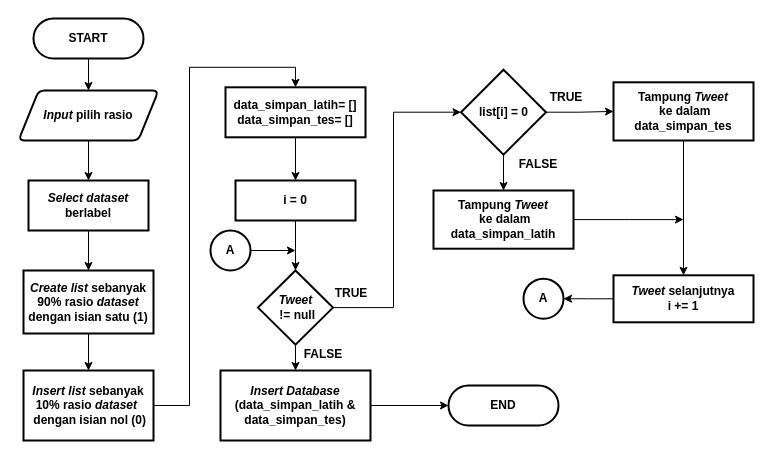
The draw.io diagram Dokumen TA/Paper/Flowchart/Flowchart proses  pembagian data.drawio in muspriandi/TextMining-SentimentAnalysis, before the edit. Source tidied: cells renumbered, new cells numbered last; positions are measured from the earlier drawing's top-left corner, leaving out a move shared by most shapes. Both pictures are drawn from the tidied source at 100%, with x=0, y=0 at pixel (18, 18).
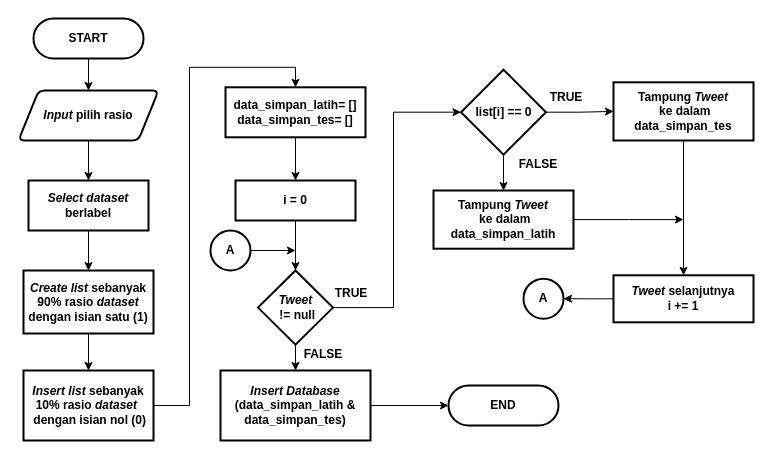
After the change.

Change to the diagram source:
```diff
@@
-    <mxCell id="20" value="&lt;b&gt;list[i] = 0&lt;/b&gt;" style="rhombus;whiteSpace=wrap;html=1;strokeWidth=2;" parent="1" vertex="1">
+    <mxCell id="20" value="&lt;b&gt;list[i] == 0&lt;/b&gt;" style="rhombus;whiteSpace=wrap;html=1;strokeWidth=2;" parent="1" vertex="1">
       <mxGeometry x="442.5" y="51.2" width="85" height="85" as="geometry" />
     </mxCell>
```
